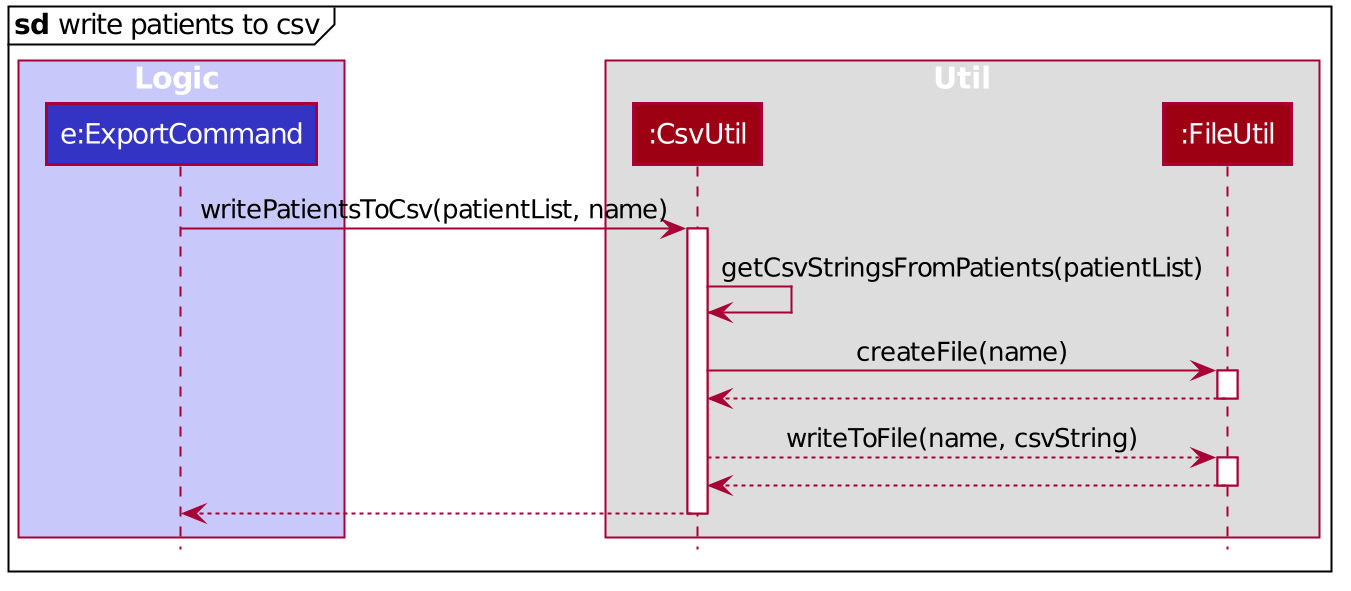
Above: docs/images/ExportSequenceDiagramRef2.png in nus-cs2103-AY1920S1/addressbook-level3 (PlantUML), before the change.
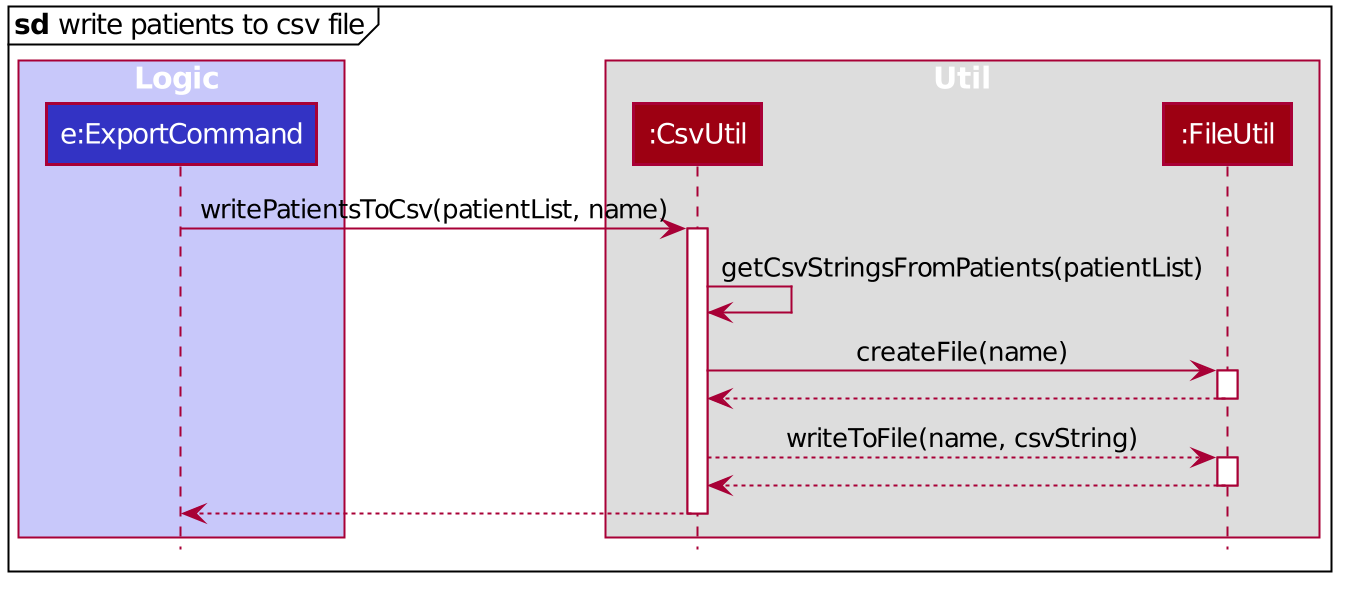
Later version of the same file.

What changed in the source:
```diff
@@ -50,7 +50,7 @@
 hide members
 hide circle
 
-mainframe **sd** write patients to csv
+mainframe **sd** write patients to csv file
 
 box Logic #C8C8FA
 participant "e:ExportCommand" as ExportCommand #3333C4
```
